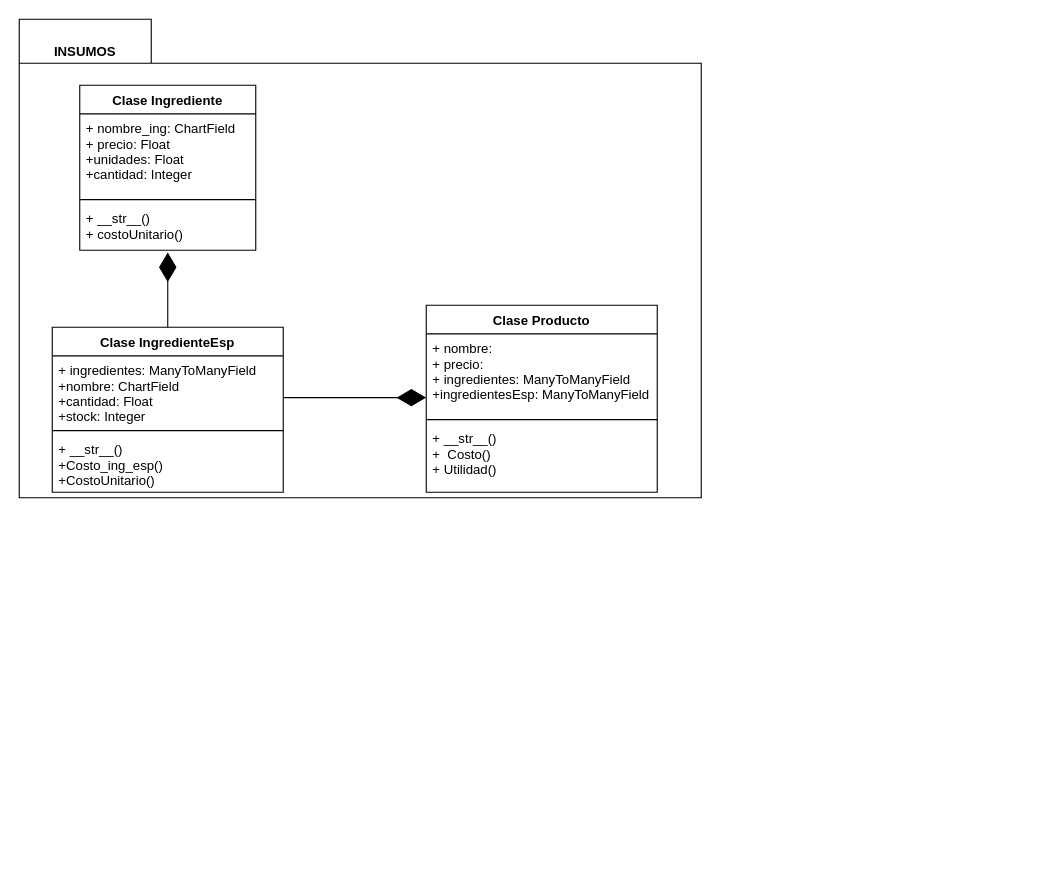
Earlier version of the draw.io diagram Untitled Diagram.drawio (abdielpava/business_co). Source tidied: cells renumbered, new cells numbered last; positions are measured from the earlier drawing's top-left corner, leaving out a move shared by most shapes. Both pictures are drawn from the tidied source at 110%, with x=0, y=0 at pixel (19, 19).
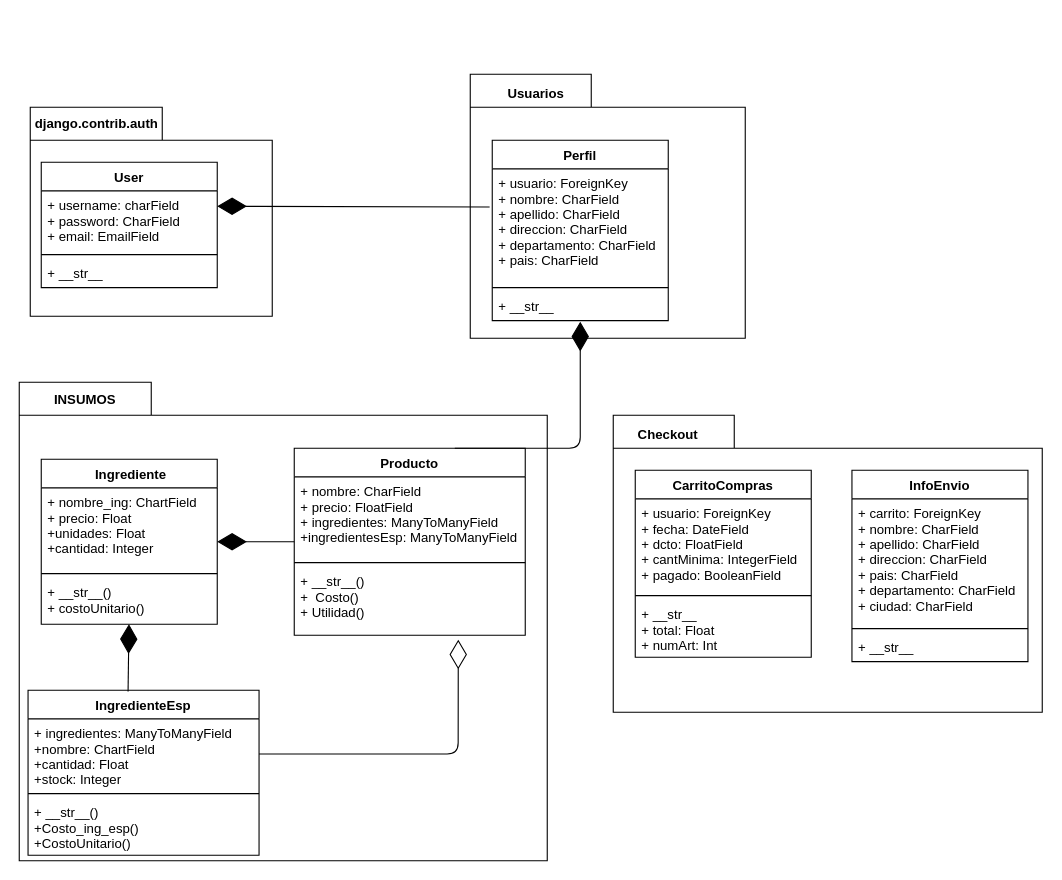
After the change.

Commit message:
UML user y checkout

The change refers to these unchanged cells:
```xml
<mxCell id="7" value="+ __str__()&#10;+ costoUnitario()" style="text;strokeColor=none;fillColor=none;align=left;verticalAlign=top;spacingLeft=4;spacingRight=4;overflow=hidden;points=[[0,0.5],[1,0.5]];portConstraint=eastwest;" parent="4" vertex="1">
  <mxGeometry y="108" width="160" height="42" as="geometry" />
</mxCell>
<mxCell id="9" value="+ ingredientes: ManyToManyField&#10;+nombre: ChartField&#10;+cantidad: Float&#10;+stock: Integer" style="text;strokeColor=none;fillColor=none;align=left;verticalAlign=top;spacingLeft=4;spacingRight=4;overflow=hidden;points=[[0,0.5],[1,0.5]];portConstraint=eastwest;" parent="8" vertex="1">
  <mxGeometry y="26" width="210" height="64" as="geometry" />
</mxCell>
<mxCell id="15" value="+ __str__()&#10;+  Costo()&#10;+ Utilidad()" style="text;strokeColor=none;fillColor=none;align=left;verticalAlign=top;spacingLeft=4;spacingRight=4;overflow=hidden;points=[[0,0.5],[1,0.5]];portConstraint=eastwest;" parent="12" vertex="1">
  <mxGeometry y="108" width="210" height="62" as="geometry" />
</mxCell>
```

Change to the diagram source:
```diff
@@
-    <mxCell id="2" style="shape=folder;fontStyle=1;spacingTop=10;tabWidth=120;tabHeight=40;tabPosition=left;html=1;" parent="1" vertex="1">
-      <mxGeometry width="620" height="435" as="geometry" />
+    <mxCell id="2" style="shape=folder;fontStyle=1;spacingTop=10;tabWidth=120;tabHeight=30;tabPosition=left;html=1;" parent="1" vertex="1">
+      <mxGeometry y="330" width="480" height="435" as="geometry" />
     </mxCell>
     <mxCell id="3" value="INSUMOS" style="text;html=1;strokeColor=none;fillColor=none;align=center;verticalAlign=middle;whiteSpace=wrap;rounded=0;fontStyle=1;" parent="1" vertex="1">
-      <mxGeometry x="40" y="20" width="40" height="20" as="geometry" />
+      <mxGeometry x="40" y="336" width="40" height="20" as="geometry" />
     </mxCell>
-    <mxCell id="4" value="Clase Ingrediente" style="swimlane;fontStyle=1;align=center;verticalAlign=top;horizontal=1;startSize=26;" parent="1" vertex="1">
-      <mxGeometry x="55" y="60" width="160" height="150" as="geometry" />
+    <mxCell id="4" value=" Ingrediente" style="swimlane;fontStyle=1;align=center;verticalAlign=top;horizontal=1;startSize=26;" parent="1" vertex="1">
+      <mxGeometry x="20" y="400" width="160" height="150" as="geometry" />
     </mxCell>
@@
-    <mxCell id="8" value="Clase IngredienteEsp" style="swimlane;fontStyle=1;align=center;verticalAlign=top;horizontal=1;startSize=26;" parent="1" vertex="1">
-      <mxGeometry x="30" y="280" width="210" height="150" as="geometry" />
+    <mxCell id="8" value="IngredienteEsp" style="swimlane;fontStyle=1;align=center;verticalAlign=top;horizontal=1;startSize=26;" parent="1" vertex="1">
+      <mxGeometry x="8" y="610" width="210" height="150" as="geometry" />
     </mxCell>
@@
-    <mxCell id="12" value="Clase Producto" style="swimlane;fontStyle=1;align=center;verticalAlign=top;horizontal=1;startSize=26;" parent="1" vertex="1">
-      <mxGeometry x="370" y="260" width="210" height="170" as="geometry" />
+    <mxCell id="12" value="Producto" style="swimlane;fontStyle=1;align=center;verticalAlign=top;horizontal=1;startSize=26;" parent="1" vertex="1">
+      <mxGeometry x="250" y="390" width="210" height="170" as="geometry" />
     </mxCell>
-    <mxCell id="13" value="+ nombre:&#10;+ precio:&#10;+ ingredientes: ManyToManyField&#10;+ingredientesEsp: ManyToManyField&#10;" style="text;strokeColor=none;fillColor=none;align=left;verticalAlign=top;spacingLeft=4;spacingRight=4;overflow=hidden;" parent="12" vertex="1">
+    <mxCell id="13" value="+ nombre: CharField&#10;+ precio: FloatField&#10;+ ingredientes: ManyToManyField&#10;+ingredientesEsp: ManyToManyField&#10;" style="text;strokeColor=none;fillColor=none;align=left;verticalAlign=top;spacingLeft=4;spacingRight=4;overflow=hidden;" parent="12" vertex="1">
       <mxGeometry y="26" width="210" height="74" as="geometry" />
     </mxCell>
@@
-    <mxCell id="16" style="endArrow=diamondThin;endFill=1;endSize=24;html=1;exitX=0.5;exitY=0;exitDx=0;exitDy=0;" parent="1" edge="1" source="8">
-      <mxGeometry relative="1" as="geometry">
-        <mxPoint x="135" y="212" as="targetPoint" />
-      </mxGeometry>
+    <mxCell id="16" style="endArrow=diamondThin;endFill=1;endSize=24;html=1;exitX=0.433;exitY=0.007;exitDx=0;exitDy=0;exitPerimeter=0;" parent="1" edge="1" source="8" target="7">
+      <mxGeometry relative="1" as="geometry" />
     </mxCell>
-    <mxCell id="17" style="endArrow=diamondThin;endFill=1;endSize=24;html=1;" parent="1" edge="1">
-      <mxGeometry relative="1" as="geometry">
-        <mxPoint x="240" y="344" as="sourcePoint" />
-        <mxPoint x="370" y="344" as="targetPoint" />
-      </mxGeometry>
-    </mxCell>
+    <mxCell id="18" style="endArrow=diamondThin;endFill=1;endSize=24;html=1;" parent="1" edge="1" source="12">
+      <mxGeometry relative="1" as="geometry">
+        <mxPoint x="180" y="475" as="targetPoint" />
+      </mxGeometry>
+    </mxCell>
+    <mxCell id="19" style="endArrow=diamondThin;endFill=0;endSize=24;html=1;entryX=0.71;entryY=1.065;entryDx=0;entryDy=0;entryPerimeter=0;" parent="1" edge="1" source="9" target="15">
+      <mxGeometry relative="1" as="geometry">
+        <Array as="points">
+          <mxPoint x="399" y="668" />
+        </Array>
+      </mxGeometry>
+    </mxCell>
+    <mxCell id="20" style="shape=folder;fontStyle=1;spacingTop=10;tabWidth=120;tabHeight=30;tabPosition=left;html=1;" parent="1" vertex="1">
+      <mxGeometry x="10" y="80" width="220" height="190" as="geometry" />
+    </mxCell>
+    <mxCell id="21" style="shape=folder;fontStyle=1;spacingTop=10;tabWidth=110;tabHeight=30;tabPosition=left;html=1;" parent="1" vertex="1">
+      <mxGeometry x="410" y="50" width="250" height="240" as="geometry" />
+    </mxCell>
+    <mxCell id="22" value="&lt;b&gt;django.contrib.auth&lt;/b&gt;" style="text;html=1;strokeColor=none;fillColor=none;align=center;verticalAlign=middle;whiteSpace=wrap;rounded=0;" parent="1" vertex="1">
+      <mxGeometry x="8" y="80" width="125" height="30" as="geometry" />
+    </mxCell>
+    <mxCell id="23" value="User" style="swimlane;fontStyle=1;align=center;verticalAlign=top;horizontal=1;startSize=26;" parent="1" vertex="1">
+      <mxGeometry x="20" y="130" width="160" height="114" as="geometry" />
+    </mxCell>
+    <mxCell id="24" value="+ username: charField&#10;+ password: CharField&#10;+ email: EmailField" style="text;strokeColor=none;fillColor=none;align=left;verticalAlign=top;spacingLeft=4;spacingRight=4;overflow=hidden;" parent="23" vertex="1">
+      <mxGeometry y="26" width="160" height="54" as="geometry" />
+    </mxCell>
+    <mxCell id="25" style="line;strokeWidth=1;fillColor=none;align=left;verticalAlign=middle;spacingTop=-1;spacingLeft=3;spacingRight=3;labelPosition=right;" parent="23" vertex="1">
+      <mxGeometry y="80" width="160" height="8" as="geometry" />
+    </mxCell>
+    <mxCell id="26" value="+ __str__" style="text;strokeColor=none;fillColor=none;align=left;verticalAlign=top;spacingLeft=4;spacingRight=4;overflow=hidden;" parent="23" vertex="1">
+      <mxGeometry y="88" width="160" height="26" as="geometry" />
+    </mxCell>
+    <mxCell id="27" value="Usuarios" style="text;align=center;fontStyle=1;verticalAlign=middle;spacingLeft=3;spacingRight=3;strokeColor=none;" parent="1" vertex="1">
+      <mxGeometry x="430" y="54" width="80" height="26" as="geometry" />
+    </mxCell>
+    <mxCell id="28" value="Perfil" style="swimlane;fontStyle=1;align=center;verticalAlign=top;horizontal=1;startSize=26;" parent="1" vertex="1">
+      <mxGeometry x="430" y="110" width="160" height="164" as="geometry" />
+    </mxCell>
+    <mxCell id="29" value="+ usuario: ForeignKey&#10;+ nombre: CharField&#10;+ apellido: CharField&#10;+ direccion: CharField&#10;+ departamento: CharField&#10;+ pais: CharField" style="text;strokeColor=none;fillColor=none;align=left;verticalAlign=top;spacingLeft=4;spacingRight=4;overflow=hidden;points=[[0,0.5],[1,0.5]];portConstraint=eastwest;" parent="28" vertex="1">
+      <mxGeometry y="26" width="160" height="104" as="geometry" />
+    </mxCell>
+    <mxCell id="30" style="line;strokeWidth=1;fillColor=none;align=left;verticalAlign=middle;spacingTop=-1;spacingLeft=3;spacingRight=3;labelPosition=right;" parent="28" vertex="1">
+      <mxGeometry y="130" width="160" height="8" as="geometry" />
+    </mxCell>
+    <mxCell id="31" value="+ __str__" style="text;strokeColor=none;fillColor=none;align=left;verticalAlign=top;spacingLeft=4;spacingRight=4;overflow=hidden;" parent="28" vertex="1">
+      <mxGeometry y="138" width="160" height="26" as="geometry" />
+    </mxCell>
+    <mxCell id="32" style="endArrow=diamondThin;endFill=1;endSize=24;html=1;exitX=-0.015;exitY=0.334;exitDx=0;exitDy=0;exitPerimeter=0;" parent="1" edge="1" source="29">
+      <mxGeometry relative="1" as="geometry">
+        <mxPoint x="180" y="170" as="targetPoint" />
+      </mxGeometry>
+    </mxCell>
+    <mxCell id="33" style="endArrow=diamondThin;endFill=1;endSize=24;html=1;exitX=0.695;exitY=0;exitDx=0;exitDy=0;exitPerimeter=0;" parent="1" edge="1" source="12">
+      <mxGeometry relative="1" as="geometry">
+        <mxPoint x="510" y="275" as="targetPoint" />
+        <Array as="points">
+          <mxPoint x="510" y="390" />
+        </Array>
+      </mxGeometry>
+    </mxCell>
+    <mxCell id="34" style="shape=folder;fontStyle=1;spacingTop=10;tabWidth=110;tabHeight=30;tabPosition=left;html=1;" parent="1" vertex="1">
+      <mxGeometry x="540" y="360" width="390" height="270" as="geometry" />
+    </mxCell>
+    <mxCell id="35" value="Checkout" style="text;align=center;fontStyle=1;verticalAlign=middle;spacingLeft=3;spacingRight=3;strokeColor=none;" parent="1" vertex="1">
+      <mxGeometry x="550" y="364" width="80" height="26" as="geometry" />
+    </mxCell>
+    <mxCell id="36" value="CarritoCompras" style="swimlane;fontStyle=1;align=center;verticalAlign=top;horizontal=1;startSize=26;" parent="1" vertex="1">
+      <mxGeometry x="560" y="410" width="160" height="170" as="geometry" />
+    </mxCell>
+    <mxCell id="37" value="+ usuario: ForeignKey&#10;+ fecha: DateField&#10;+ dcto: FloatField&#10;+ cantMinima: IntegerField&#10;+ pagado: BooleanField" style="text;strokeColor=none;fillColor=none;align=left;verticalAlign=top;spacingLeft=4;spacingRight=4;overflow=hidden;" parent="36" vertex="1">
+      <mxGeometry y="26" width="160" height="84" as="geometry" />
+    </mxCell>
+    <mxCell id="38" style="line;strokeWidth=1;fillColor=none;align=left;verticalAlign=middle;spacingTop=-1;spacingLeft=3;spacingRight=3;labelPosition=right;" parent="36" vertex="1">
+      <mxGeometry y="110" width="160" height="8" as="geometry" />
+    </mxCell>
+    <mxCell id="39" value="+ __str__&#10;+ total: Float&#10;+ numArt: Int" style="text;strokeColor=none;fillColor=none;align=left;verticalAlign=top;spacingLeft=4;spacingRight=4;overflow=hidden;" parent="36" vertex="1">
+      <mxGeometry y="118" width="160" height="52" as="geometry" />
+    </mxCell>
+    <mxCell id="40" value="InfoEnvio" style="swimlane;fontStyle=1;align=center;verticalAlign=top;horizontal=1;startSize=26;" parent="1" vertex="1">
+      <mxGeometry x="757" y="410" width="160" height="174" as="geometry" />
+    </mxCell>
+    <mxCell id="41" value="+ carrito: ForeignKey&#10;+ nombre: CharField&#10;+ apellido: CharField&#10;+ direccion: CharField&#10;+ pais: CharField&#10;+ departamento: CharField&#10;+ ciudad: CharField" style="text;strokeColor=none;fillColor=none;align=left;verticalAlign=top;spacingLeft=4;spacingRight=4;overflow=hidden;" parent="40" vertex="1">
+      <mxGeometry y="26" width="160" height="114" as="geometry" />
+    </mxCell>
+    <mxCell id="42" style="line;strokeWidth=1;fillColor=none;align=left;verticalAlign=middle;spacingTop=-1;spacingLeft=3;spacingRight=3;labelPosition=right;" parent="40" vertex="1">
+      <mxGeometry y="140" width="160" height="8" as="geometry" />
+    </mxCell>
+    <mxCell id="43" value="+ __str__" style="text;strokeColor=none;fillColor=none;align=left;verticalAlign=top;spacingLeft=4;spacingRight=4;overflow=hidden;" parent="40" vertex="1">
+      <mxGeometry y="148" width="160" height="26" as="geometry" />
+    </mxCell>
```
